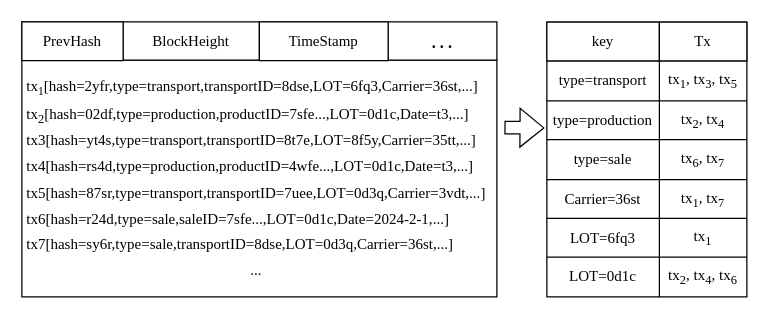
Earlier version of the draw.io diagram page "第 9 页" (14 of 15) of 论文.drawio (jue73/7339). Source tidied: cells renumbered, new cells numbered last; positions are measured from the earlier drawing's top-left corner, leaving out a move shared by most shapes. Both pictures are drawn from the tidied source at 125%, with x=0, y=0 at pixel (21, 21).
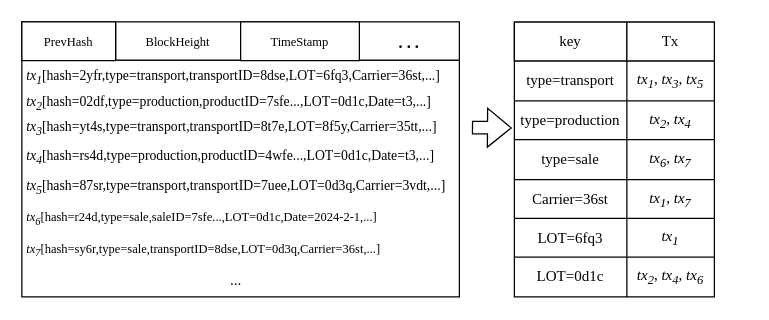
The same diagram, later.

Unchanged cells that the change refers to:
```xml
<mxCell id="16" style="shape=tableRow;horizontal=0;startSize=0;swimlaneHead=0;swimlaneBody=0;strokeColor=inherit;top=0;left=0;bottom=0;right=0;fillColor=none;" parent="12" vertex="1">
  <mxGeometry y="31" width="160" height="32" as="geometry" />
</mxCell>
<mxCell id="19" style="shape=tableRow;horizontal=0;startSize=0;swimlaneHead=0;swimlaneBody=0;strokeColor=inherit;top=0;left=0;bottom=0;right=0;fillColor=none;" parent="12" vertex="1">
  <mxGeometry y="63" width="160" height="31" as="geometry" />
</mxCell>
<mxCell id="22" style="shape=tableRow;horizontal=0;startSize=0;swimlaneHead=0;swimlaneBody=0;strokeColor=inherit;top=0;left=0;bottom=0;right=0;fillColor=none;" parent="12" vertex="1">
  <mxGeometry y="94" width="160" height="32" as="geometry" />
</mxCell>
<mxCell id="25" style="shape=tableRow;horizontal=0;startSize=0;swimlaneHead=0;swimlaneBody=0;strokeColor=inherit;top=0;left=0;bottom=0;right=0;fillColor=none;" parent="12" vertex="1">
  <mxGeometry y="126" width="160" height="31" as="geometry" />
</mxCell>
<mxCell id="28" style="shape=tableRow;horizontal=0;startSize=0;swimlaneHead=0;swimlaneBody=0;strokeColor=inherit;top=0;left=0;bottom=0;right=0;fillColor=none;" parent="12" vertex="1">
  <mxGeometry y="157" width="160" height="31" as="geometry" />
</mxCell>
<mxCell id="31" style="shape=tableRow;horizontal=0;startSize=0;swimlaneHead=0;swimlaneBody=0;strokeColor=inherit;top=0;left=0;bottom=0;right=0;fillColor=none;" parent="12" vertex="1">
  <mxGeometry y="188" width="160" height="32" as="geometry" />
</mxCell>
```

Change to the diagram source:
```diff
@@
     <mxCell id="2" style="shape=table;startSize=0;childLayout=tableLayout;rounded=1;labelBorderColor=#FFFFFF;fontFamily=Times New Roman;fontSize=11;horizontal=1;spacingTop=0;" parent="1" vertex="1">
-      <mxGeometry y="30.6" width="380" height="189.4" as="geometry" />
+      <mxGeometry y="30.6" width="350" height="189.4" as="geometry" />
     </mxCell>
     <mxCell id="3" style="shape=tableRow;horizontal=0;startSize=0;swimlaneHead=0;swimlaneBody=0;top=0;left=0;bottom=0;right=0;fillColor=none;rounded=1;labelBorderColor=#FFFFFF;fontFamily=Times New Roman;fontSize=11;" parent="2" vertex="1">
-      <mxGeometry width="380" height="189" as="geometry" />
+      <mxGeometry width="350" height="189" as="geometry" />
     </mxCell>
-    <mxCell id="4" value="&lt;div style=&quot;padding-top: 0px; margin-bottom: 4px;&quot;&gt;&lt;span style=&quot;font-size: 12px; background-color: initial;&quot;&gt;tx&lt;/span&gt;&lt;sub style=&quot;background-color: initial;&quot;&gt;1&lt;/sub&gt;&lt;span style=&quot;font-size: 12px; background-color: initial;&quot;&gt;[hash=2yfr,type=transport&lt;/span&gt;&lt;span style=&quot;font-size: 12px; background-color: initial;&quot; lang=&quot;EN-US&quot;&gt;,transportID=8dse&lt;/span&gt;&lt;span style=&quot;font-size: 12px; background-color: initial;&quot;&gt;,LOT=6fq3,Carrier=36st,...&lt;/span&gt;&lt;span style=&quot;font-size: 12px; background-color: initial;&quot;&gt;]&lt;/span&gt;&lt;/div&gt;&lt;div style=&quot;line-height: 140%; font-size: 12px; margin-bottom: 0px; margin-top: 0px;&quot;&gt;&lt;font face=&quot;Times New Roman&quot; style=&quot;font-size: 12px;&quot;&gt;tx&lt;sub style=&quot;&quot;&gt;2&lt;/sub&gt;[hash=02df,type=production&lt;span style=&quot;&quot; lang=&quot;EN-US&quot;&gt;&lt;font style=&quot;font-size: 12px;&quot;&gt;,productID=7sfe...,LOT=&lt;/font&gt;&lt;/span&gt;&lt;span style=&quot;border-color: var(--border-color);&quot;&gt;0d1c,Date=t3,&lt;/span&gt;...]&lt;/font&gt;&lt;/div&gt;&lt;div style=&quot;line-height: 140%; font-size: 12px; margin-bottom: 4px;&quot;&gt;&lt;div style=&quot;margin-left: 0px; margin-top: 0px; margin-bottom: 4px;&quot;&gt;&lt;span style=&quot;background-color: initial;&quot;&gt;tx&lt;/span&gt;&lt;span style=&quot;background-color: initial;&quot;&gt;3&lt;/span&gt;&lt;span style=&quot;background-color: initial;&quot;&gt;[hash=yt4s,type=transport&lt;/span&gt;&lt;span style=&quot;background-color: initial; font-family: &amp;quot;Times New Roman&amp;quot;, serif;&quot; lang=&quot;EN-US&quot;&gt;,transportID=8t7e&lt;/span&gt;&lt;span style=&quot;background-color: initial;&quot;&gt;,LOT=8f5y,Carrier=&lt;/span&gt;&lt;span style=&quot;background-color: initial;&quot;&gt;35tt,&lt;/span&gt;&lt;span style=&quot;background-color: initial;&quot;&gt;...&lt;/span&gt;&lt;span style=&quot;background-color: initial;&quot;&gt;]&lt;/span&gt;&lt;/div&gt;&lt;div style=&quot;line-height: 140%;&quot;&gt;&lt;div style=&quot;line-height: 140%; margin-bottom: 4px;&quot;&gt;&lt;font style=&quot;font-size: 12px;&quot;&gt;&lt;font style=&quot;font-size: 12px;&quot; face=&quot;Times New Roman&quot;&gt;tx4[hash=rs4d,type=&lt;/font&gt;&lt;span style=&quot;font-family: &amp;quot;Times New Roman&amp;quot;, serif;&quot;&gt;production&lt;/span&gt;&lt;font style=&quot;font-size: 12px;&quot; face=&quot;Times New Roman&quot;&gt;&lt;span lang=&quot;EN-US&quot;&gt;&lt;font style=&quot;font-size: 12px;&quot;&gt;,productID=4wfe...,LOT=&lt;/font&gt;&lt;/span&gt;&lt;span style=&quot;border-color: var(--border-color);&quot;&gt;0d1c,Date=t3,&lt;/span&gt;...]&lt;/font&gt;&lt;/font&gt;&lt;/div&gt;&lt;/div&gt;&lt;/div&gt;&lt;div style=&quot;line-height: 140%; font-size: 12px;&quot;&gt;&lt;div style=&quot;margin-bottom: 4px;&quot;&gt;&lt;span style=&quot;background-color: initial;&quot;&gt;tx5[hash=87sr,type=transport&lt;/span&gt;&lt;span style=&quot;background-color: initial; font-family: &amp;quot;Times New Roman&amp;quot;, serif;&quot; lang=&quot;EN-US&quot;&gt;,transportID=7uee&lt;/span&gt;&lt;span style=&quot;background-color: initial;&quot;&gt;,LOT=0d3q,Carrier=3vdt,...&lt;/span&gt;&lt;span style=&quot;background-color: initial;&quot;&gt;]&lt;/span&gt;&lt;/div&gt;&lt;div style=&quot;margin-bottom: 4px;&quot;&gt;&lt;div style=&quot;line-height: 16.8px; margin-bottom: 4px;&quot;&gt;&lt;div style=&quot;line-height: 16.8px;&quot;&gt;&lt;div style=&quot;line-height: 16.8px; margin-bottom: 4px;&quot;&gt;&lt;font face=&quot;Times New Roman&quot;&gt;tx6[hash=r24d,type=&lt;/font&gt;&lt;span style=&quot;font-family: &amp;quot;Times New Roman&amp;quot;, serif;&quot;&gt;sale&lt;/span&gt;&lt;font face=&quot;Times New Roman&quot;&gt;&lt;span lang=&quot;EN-US&quot;&gt;,saleID=7sfe...,LOT=&lt;/span&gt;&lt;span style=&quot;border-color: var(--border-color);&quot;&gt;0d1c,Date=2024-2-1,&lt;/span&gt;...]&lt;/font&gt;&lt;/div&gt;&lt;/div&gt;&lt;/div&gt;&lt;div style=&quot;line-height: 16.8px;&quot;&gt;&lt;div style=&quot;margin-bottom: 4px;&quot;&gt;&lt;span style=&quot;background-color: initial;&quot;&gt;tx7[hash=sy6r,type=sale&lt;/span&gt;&lt;span style=&quot;background-color: initial; font-family: &amp;quot;Times New Roman&amp;quot;, serif;&quot; lang=&quot;EN-US&quot;&gt;,transportID=8dse&lt;/span&gt;&lt;span style=&quot;background-color: initial;&quot;&gt;,LOT=0d3q,Carrier=36st,...&lt;/span&gt;&lt;span style=&quot;background-color: initial;&quot;&gt;]&lt;/span&gt;&lt;/div&gt;&lt;/div&gt;&lt;/div&gt;&lt;div style=&quot;text-align: center; line-height: 140%;&quot;&gt;&lt;font style=&quot;font-size: 12px;&quot;&gt;...&lt;/font&gt;&lt;/div&gt;&lt;/div&gt;" style="shape=partialRectangle;html=1;whiteSpace=wrap;overflow=hidden;fillColor=none;top=0;left=0;bottom=0;right=0;rounded=1;labelBorderColor=#FFFFFF;fontFamily=Times New Roman;fontSize=11;align=left;spacing=3;spacingBottom=-1;spacingLeft=0;" parent="3" vertex="1">
-      <mxGeometry width="380" height="189" as="geometry" />
+    <mxCell id="4" value="&lt;div style=&quot;padding-top: 0px; margin-bottom: 4px;&quot;&gt;&lt;font style=&quot;font-size: 11px;&quot;&gt;&lt;i&gt;&lt;span style=&quot;background-color: initial;&quot;&gt;tx&lt;/span&gt;&lt;sub style=&quot;background-color: initial;&quot;&gt;1&lt;/sub&gt;&lt;/i&gt;&lt;span style=&quot;background-color: initial;&quot;&gt;[hash=2yfr,type=transport&lt;/span&gt;&lt;span style=&quot;background-color: initial;&quot; lang=&quot;EN-US&quot;&gt;,transportID=8dse&lt;/span&gt;&lt;span style=&quot;background-color: initial;&quot;&gt;,LOT=6fq3,Carrier=36st,...&lt;/span&gt;&lt;span style=&quot;background-color: initial;&quot;&gt;]&lt;/span&gt;&lt;/font&gt;&lt;/div&gt;&lt;div style=&quot;line-height: 140%; margin-bottom: 0px; margin-top: 0px;&quot;&gt;&lt;font face=&quot;Times New Roman&quot; style=&quot;font-size: 11px;&quot;&gt;&lt;i&gt;tx&lt;sub style=&quot;&quot;&gt;2&lt;/sub&gt;&lt;/i&gt;[hash=02df,type=production&lt;span style=&quot;&quot; lang=&quot;EN-US&quot;&gt;&lt;font style=&quot;&quot;&gt;,productID=7sfe...,LOT=&lt;/font&gt;&lt;/span&gt;&lt;span style=&quot;border-color: var(--border-color);&quot;&gt;0d1c,Date=t3,&lt;/span&gt;...]&lt;/font&gt;&lt;/div&gt;&lt;div style=&quot;line-height: 140%; margin-bottom: 4px;&quot;&gt;&lt;div style=&quot;margin-left: 0px; margin-top: 0px; margin-bottom: 4px;&quot;&gt;&lt;font style=&quot;font-size: 11px;&quot;&gt;&lt;i&gt;&lt;span style=&quot;background-color: initial;&quot;&gt;tx&lt;/span&gt;&lt;span style=&quot;background-color: initial;&quot;&gt;&lt;sub&gt;3&lt;/sub&gt;&lt;/span&gt;&lt;/i&gt;&lt;span style=&quot;background-color: initial;&quot;&gt;[hash=yt4s,type=transport&lt;/span&gt;&lt;span style=&quot;background-color: initial; font-family: &amp;quot;Times New Roman&amp;quot;, serif;&quot; lang=&quot;EN-US&quot;&gt;,transportID=8t7e&lt;/span&gt;&lt;span style=&quot;background-color: initial;&quot;&gt;,LOT=8f5y,Carrier=&lt;/span&gt;&lt;span style=&quot;background-color: initial;&quot;&gt;35tt,&lt;/span&gt;&lt;span style=&quot;background-color: initial;&quot;&gt;...&lt;/span&gt;&lt;span style=&quot;background-color: initial;&quot;&gt;]&lt;/span&gt;&lt;/font&gt;&lt;/div&gt;&lt;div style=&quot;line-height: 140%;&quot;&gt;&lt;div style=&quot;line-height: 140%; margin-bottom: 4px;&quot;&gt;&lt;font style=&quot;font-size: 11px;&quot;&gt;&lt;font style=&quot;&quot; face=&quot;Times New Roman&quot;&gt;&lt;i&gt;tx&lt;sub&gt;4&lt;/sub&gt;&lt;/i&gt;[hash=rs4d,type=&lt;/font&gt;&lt;span style=&quot;font-family: &amp;quot;Times New Roman&amp;quot;, serif;&quot;&gt;production&lt;/span&gt;&lt;font style=&quot;&quot; face=&quot;Times New Roman&quot;&gt;&lt;span lang=&quot;EN-US&quot;&gt;&lt;font style=&quot;&quot;&gt;,productID=4wfe...,LOT=&lt;/font&gt;&lt;/span&gt;&lt;span style=&quot;border-color: var(--border-color);&quot;&gt;0d1c,Date=t3,&lt;/span&gt;...]&lt;/font&gt;&lt;/font&gt;&lt;/div&gt;&lt;/div&gt;&lt;/div&gt;&lt;div style=&quot;line-height: 140%;&quot;&gt;&lt;div style=&quot;margin-bottom: 4px;&quot;&gt;&lt;font style=&quot;font-size: 11px;&quot;&gt;&lt;span style=&quot;background-color: initial;&quot;&gt;&lt;i&gt;tx&lt;sub&gt;5&lt;/sub&gt;&lt;/i&gt;[hash=87sr,type=transport&lt;/span&gt;&lt;span style=&quot;background-color: initial; font-family: &amp;quot;Times New Roman&amp;quot;, serif;&quot; lang=&quot;EN-US&quot;&gt;,transportID=7uee&lt;/span&gt;&lt;span style=&quot;background-color: initial;&quot;&gt;,LOT=0d3q,Carrier=3vdt,...&lt;/span&gt;&lt;span style=&quot;background-color: initial;&quot;&gt;]&lt;/span&gt;&lt;/font&gt;&lt;/div&gt;&lt;div style=&quot;margin-bottom: 4px;&quot;&gt;&lt;div style=&quot;line-height: 16.8px; margin-bottom: 4px;&quot;&gt;&lt;div style=&quot;line-height: 16.8px;&quot;&gt;&lt;div style=&quot;line-height: 16.8px; margin-bottom: 4px;&quot;&gt;&lt;font style=&quot;font-size: 10px;&quot;&gt;&lt;font face=&quot;Times New Roman&quot;&gt;&lt;i&gt;tx&lt;sub&gt;6&lt;/sub&gt;&lt;/i&gt;[hash=r24d,type=&lt;/font&gt;&lt;span style=&quot;font-family: &amp;quot;Times New Roman&amp;quot;, serif;&quot;&gt;sale&lt;/span&gt;&lt;font face=&quot;Times New Roman&quot;&gt;&lt;span lang=&quot;EN-US&quot;&gt;,saleID=7sfe...,LOT=&lt;/span&gt;&lt;span style=&quot;border-color: var(--border-color);&quot;&gt;0d1c,Date=2024-2-1,&lt;/span&gt;...]&lt;/font&gt;&lt;/font&gt;&lt;/div&gt;&lt;/div&gt;&lt;/div&gt;&lt;div style=&quot;line-height: 16.8px;&quot;&gt;&lt;div style=&quot;margin-bottom: 4px;&quot;&gt;&lt;font style=&quot;font-size: 10px;&quot;&gt;&lt;span style=&quot;background-color: initial;&quot;&gt;&lt;i&gt;tx&lt;sub&gt;7&lt;/sub&gt;&lt;/i&gt;[hash=sy6r,type=sale&lt;/span&gt;&lt;span style=&quot;background-color: initial; font-family: &amp;quot;Times New Roman&amp;quot;, serif;&quot; lang=&quot;EN-US&quot;&gt;,transportID=8dse&lt;/span&gt;&lt;span style=&quot;background-color: initial;&quot;&gt;,LOT=0d3q,Carrier=36st,...&lt;/span&gt;&lt;span style=&quot;background-color: initial;&quot;&gt;]&lt;/span&gt;&lt;/font&gt;&lt;/div&gt;&lt;/div&gt;&lt;/div&gt;&lt;div style=&quot;font-size: 12px; text-align: center; line-height: 140%;&quot;&gt;&lt;font style=&quot;font-size: 12px;&quot;&gt;...&lt;/font&gt;&lt;/div&gt;&lt;/div&gt;" style="shape=partialRectangle;html=1;whiteSpace=wrap;overflow=hidden;fillColor=none;top=0;left=0;bottom=0;right=0;rounded=1;labelBorderColor=#FFFFFF;fontFamily=Times New Roman;fontSize=11;align=left;spacing=3;spacingBottom=-1;spacingLeft=0;" parent="3" vertex="1">
+      <mxGeometry width="350" height="189" as="geometry" />
     </mxCell>
     <mxCell id="5" style="shape=table;startSize=0;childLayout=tableLayout;rounded=1;labelBorderColor=default;fontFamily=Times New Roman;fontSize=11;" parent="1" vertex="1">
-      <mxGeometry width="380" height="30.6" as="geometry" />
+      <mxGeometry width="350" height="30.6" as="geometry" />
     </mxCell>
     <mxCell id="6" style="shape=tableRow;horizontal=0;startSize=0;swimlaneHead=0;swimlaneBody=0;top=0;left=0;bottom=0;right=0;fillColor=none;rounded=1;dashed=1;labelBorderColor=default;fontFamily=Times New Roman;fontSize=11;" parent="5" vertex="1">
-      <mxGeometry width="380" height="31" as="geometry" />
+      <mxGeometry width="350" height="31" as="geometry" />
     </mxCell>
-    <mxCell id="7" value="&lt;font style=&quot;font-size: 12px;&quot;&gt;PrevHash&lt;/font&gt;" style="shape=partialRectangle;html=1;whiteSpace=wrap;overflow=hidden;top=1;left=1;bottom=1;right=1;rounded=1;labelBorderColor=#FFFFFF;fontFamily=Times New Roman;fontSize=12;" parent="6" vertex="1">
-      <mxGeometry width="81" height="31" as="geometry" />
+    <mxCell id="7" value="&lt;font style=&quot;font-size: 10px;&quot;&gt;PrevHash&lt;/font&gt;" style="shape=partialRectangle;html=1;whiteSpace=wrap;overflow=hidden;top=1;left=1;bottom=1;right=1;rounded=1;labelBorderColor=#FFFFFF;fontFamily=Times New Roman;fontSize=12;" parent="6" vertex="1">
+      <mxGeometry width="75" height="31" as="geometry" />
     </mxCell>
-    <mxCell id="8" value="&lt;font style=&quot;font-size: 12px;&quot;&gt;BlockHeight&lt;/font&gt;" style="shape=partialRectangle;html=1;whiteSpace=wrap;overflow=hidden;fillColor=none;top=0;left=0;bottom=0;right=0;rounded=1;dashed=1;labelBorderColor=#FFFFFF;fontFamily=Times New Roman;fontSize=12;" parent="6" vertex="1">
-      <mxGeometry x="81" width="109" height="31" as="geometry" />
+    <mxCell id="8" value="&lt;font style=&quot;font-size: 10px;&quot;&gt;BlockHeight&lt;/font&gt;" style="shape=partialRectangle;html=1;whiteSpace=wrap;overflow=hidden;fillColor=none;top=0;left=0;bottom=0;right=0;rounded=1;dashed=1;labelBorderColor=#FFFFFF;fontFamily=Times New Roman;fontSize=12;" parent="6" vertex="1">
+      <mxGeometry x="75" width="100" height="31" as="geometry" />
     </mxCell>
-    <mxCell id="9" value="&lt;span style=&quot;font-size: 12px;&quot;&gt;TimeStamp&lt;/span&gt;" style="shape=partialRectangle;html=1;whiteSpace=wrap;overflow=hidden;top=1;left=1;bottom=1;right=1;rounded=1;labelBorderColor=none;fontFamily=Times New Roman;fontSize=12;perimeterSpacing=2;fixDash=0;movableLabel=0;fixedWidth=0;" parent="6" vertex="1">
-      <mxGeometry x="190" width="103" height="31" as="geometry" />
+    <mxCell id="9" value="&lt;font style=&quot;font-size: 10px;&quot;&gt;TimeStamp&lt;/font&gt;" style="shape=partialRectangle;html=1;whiteSpace=wrap;overflow=hidden;top=1;left=1;bottom=1;right=1;rounded=1;labelBorderColor=none;fontFamily=Times New Roman;fontSize=12;perimeterSpacing=2;fixDash=0;movableLabel=0;fixedWidth=0;" parent="6" vertex="1">
+      <mxGeometry x="175" width="95" height="31" as="geometry" />
     </mxCell>
     <mxCell id="10" value="&lt;b&gt;&lt;font style=&quot;font-size: 13px;&quot;&gt;. . .&lt;/font&gt;&lt;/b&gt;" style="shape=partialRectangle;html=1;whiteSpace=wrap;overflow=hidden;fillColor=none;top=0;left=0;bottom=0;right=0;rounded=1;dashed=1;labelBorderColor=#FFFFFF;fontFamily=Times New Roman;fontSize=11;" parent="6" vertex="1">
-      <mxGeometry x="293" width="87" height="31" as="geometry" />
+      <mxGeometry x="270" width="80" height="31" as="geometry" />
     </mxCell>
     <mxCell id="11" style="shape=flexArrow;endArrow=classic;html=1;rounded=0;entryX=0;entryY=0.5;entryDx=0;entryDy=0;width=10;" parent="1" edge="1">
       <mxGeometry relative="1" as="geometry">
-        <mxPoint x="386" y="84.6" as="sourcePoint" />
-        <mxPoint x="418" y="84.8" as="targetPoint" />
+        <mxPoint x="360" y="84.6" as="sourcePoint" />
+        <mxPoint x="392" y="84.8" as="targetPoint" />
       </mxGeometry>
     </mxCell>
     <mxCell id="12" style="shape=table;startSize=0;childLayout=tableLayout;" parent="1" vertex="1">
-      <mxGeometry x="420" y="0.2" width="160" height="219.8" as="geometry" />
+      <mxGeometry x="394" y="0.2" width="160" height="219.8" as="geometry" />
     </mxCell>
@@
-    <mxCell id="18" value="&lt;font face=&quot;Times New Roman&quot;&gt;tx&lt;sub&gt;1&lt;/sub&gt;, tx&lt;sub&gt;3&lt;/sub&gt;, tx&lt;sub&gt;5&lt;/sub&gt;&lt;/font&gt;" style="shape=partialRectangle;html=1;whiteSpace=wrap;strokeColor=inherit;overflow=hidden;fillColor=none;top=0;left=0;bottom=0;right=0;" parent="16" vertex="1">
+    <mxCell id="18" value="&lt;font face=&quot;Times New Roman&quot;&gt;&lt;i&gt;tx&lt;sub&gt;1&lt;/sub&gt;&lt;/i&gt;, &lt;i&gt;tx&lt;sub&gt;3&lt;/sub&gt;&lt;/i&gt;, &lt;i&gt;tx&lt;sub&gt;5&lt;/sub&gt;&lt;/i&gt;&lt;/font&gt;" style="shape=partialRectangle;html=1;whiteSpace=wrap;strokeColor=inherit;overflow=hidden;fillColor=none;top=0;left=0;bottom=0;right=0;" parent="16" vertex="1">
       <mxGeometry x="90" width="70" height="32" as="geometry" />
     </mxCell>
@@
-    <mxCell id="21" value="&lt;font face=&quot;Times New Roman&quot;&gt;tx&lt;sub&gt;2&lt;/sub&gt;, tx&lt;sub&gt;4&lt;/sub&gt;&lt;/font&gt;" style="shape=partialRectangle;html=1;whiteSpace=wrap;strokeColor=inherit;overflow=hidden;fillColor=none;top=0;left=0;bottom=0;right=0;" parent="19" vertex="1">
+    <mxCell id="21" value="&lt;font face=&quot;Times New Roman&quot;&gt;&lt;i&gt;tx&lt;sub&gt;2&lt;/sub&gt;&lt;/i&gt;, &lt;i&gt;tx&lt;sub&gt;4&lt;/sub&gt;&lt;/i&gt;&lt;/font&gt;" style="shape=partialRectangle;html=1;whiteSpace=wrap;strokeColor=inherit;overflow=hidden;fillColor=none;top=0;left=0;bottom=0;right=0;" parent="19" vertex="1">
       <mxGeometry x="90" width="70" height="31" as="geometry" />
     </mxCell>
@@
-    <mxCell id="24" value="&lt;font face=&quot;Times New Roman&quot;&gt;tx&lt;sub&gt;6&lt;/sub&gt;,&amp;nbsp;&lt;/font&gt;&lt;span style=&quot;font-family: &amp;quot;Times New Roman&amp;quot;;&quot;&gt;tx&lt;/span&gt;&lt;sub style=&quot;font-family: &amp;quot;Times New Roman&amp;quot;;&quot;&gt;7&lt;/sub&gt;" style="shape=partialRectangle;html=1;whiteSpace=wrap;strokeColor=inherit;overflow=hidden;fillColor=none;top=0;left=0;bottom=0;right=0;" parent="22" vertex="1">
+    <mxCell id="24" value="&lt;font face=&quot;Times New Roman&quot;&gt;&lt;i&gt;tx&lt;sub&gt;6&lt;/sub&gt;&lt;/i&gt;,&amp;nbsp;&lt;/font&gt;&lt;i&gt;&lt;span style=&quot;font-family: &amp;quot;Times New Roman&amp;quot;;&quot;&gt;tx&lt;/span&gt;&lt;sub style=&quot;font-family: &amp;quot;Times New Roman&amp;quot;;&quot;&gt;7&lt;/sub&gt;&lt;/i&gt;" style="shape=partialRectangle;html=1;whiteSpace=wrap;strokeColor=inherit;overflow=hidden;fillColor=none;top=0;left=0;bottom=0;right=0;" parent="22" vertex="1">
       <mxGeometry x="90" width="70" height="32" as="geometry" />
     </mxCell>
@@
-    <mxCell id="27" value="&lt;font face=&quot;Times New Roman&quot;&gt;tx&lt;sub&gt;1&lt;/sub&gt;, tx&lt;sub&gt;7&lt;/sub&gt;&lt;/font&gt;" style="shape=partialRectangle;html=1;whiteSpace=wrap;strokeColor=inherit;overflow=hidden;fillColor=none;top=0;left=0;bottom=0;right=0;" parent="25" vertex="1">
+    <mxCell id="27" value="&lt;font face=&quot;Times New Roman&quot;&gt;&lt;i&gt;tx&lt;sub&gt;1&lt;/sub&gt;&lt;/i&gt;, &lt;i&gt;tx&lt;sub&gt;7&lt;/sub&gt;&lt;/i&gt;&lt;/font&gt;" style="shape=partialRectangle;html=1;whiteSpace=wrap;strokeColor=inherit;overflow=hidden;fillColor=none;top=0;left=0;bottom=0;right=0;" parent="25" vertex="1">
       <mxGeometry x="90" width="70" height="31" as="geometry" />
     </mxCell>
@@
-    <mxCell id="30" value="&lt;span style=&quot;font-family: &amp;quot;Times New Roman&amp;quot;;&quot;&gt;tx&lt;/span&gt;&lt;sub style=&quot;font-family: &amp;quot;Times New Roman&amp;quot;;&quot;&gt;1&lt;/sub&gt;" style="shape=partialRectangle;html=1;whiteSpace=wrap;strokeColor=inherit;overflow=hidden;fillColor=none;top=0;left=0;bottom=0;right=0;" parent="28" vertex="1">
+    <mxCell id="30" value="&lt;i&gt;&lt;span style=&quot;font-family: &amp;quot;Times New Roman&amp;quot;;&quot;&gt;tx&lt;/span&gt;&lt;sub style=&quot;font-family: &amp;quot;Times New Roman&amp;quot;;&quot;&gt;1&lt;/sub&gt;&lt;/i&gt;" style="shape=partialRectangle;html=1;whiteSpace=wrap;strokeColor=inherit;overflow=hidden;fillColor=none;top=0;left=0;bottom=0;right=0;" parent="28" vertex="1">
       <mxGeometry x="90" width="70" height="31" as="geometry" />
     </mxCell>
@@
-    <mxCell id="33" value="&lt;span style=&quot;font-family: &amp;quot;Times New Roman&amp;quot;;&quot;&gt;tx&lt;/span&gt;&lt;sub style=&quot;font-family: &amp;quot;Times New Roman&amp;quot;;&quot;&gt;2&lt;/sub&gt;&lt;span style=&quot;font-family: &amp;quot;Times New Roman&amp;quot;;&quot;&gt;, tx&lt;/span&gt;&lt;sub style=&quot;font-family: &amp;quot;Times New Roman&amp;quot;;&quot;&gt;4&lt;/sub&gt;&lt;span style=&quot;font-family: &amp;quot;Times New Roman&amp;quot;;&quot;&gt;, tx&lt;/span&gt;&lt;sub style=&quot;font-family: &amp;quot;Times New Roman&amp;quot;;&quot;&gt;6&lt;/sub&gt;" style="shape=partialRectangle;html=1;whiteSpace=wrap;strokeColor=inherit;overflow=hidden;fillColor=none;top=0;left=0;bottom=0;right=0;" parent="31" vertex="1">
+    <mxCell id="33" value="&lt;i&gt;&lt;span style=&quot;font-family: &amp;quot;Times New Roman&amp;quot;;&quot;&gt;tx&lt;/span&gt;&lt;sub style=&quot;font-family: &amp;quot;Times New Roman&amp;quot;;&quot;&gt;2&lt;/sub&gt;&lt;/i&gt;&lt;span style=&quot;font-family: &amp;quot;Times New Roman&amp;quot;;&quot;&gt;, &lt;i&gt;tx&lt;/i&gt;&lt;/span&gt;&lt;sub style=&quot;font-family: &amp;quot;Times New Roman&amp;quot;;&quot;&gt;&lt;i&gt;4&lt;/i&gt;&lt;/sub&gt;&lt;span style=&quot;font-family: &amp;quot;Times New Roman&amp;quot;;&quot;&gt;, &lt;i&gt;tx&lt;/i&gt;&lt;/span&gt;&lt;sub style=&quot;font-family: &amp;quot;Times New Roman&amp;quot;;&quot;&gt;&lt;i&gt;6&lt;/i&gt;&lt;/sub&gt;" style="shape=partialRectangle;html=1;whiteSpace=wrap;strokeColor=inherit;overflow=hidden;fillColor=none;top=0;left=0;bottom=0;right=0;" parent="31" vertex="1">
       <mxGeometry x="90" width="70" height="32" as="geometry" />
     </mxCell>
```
